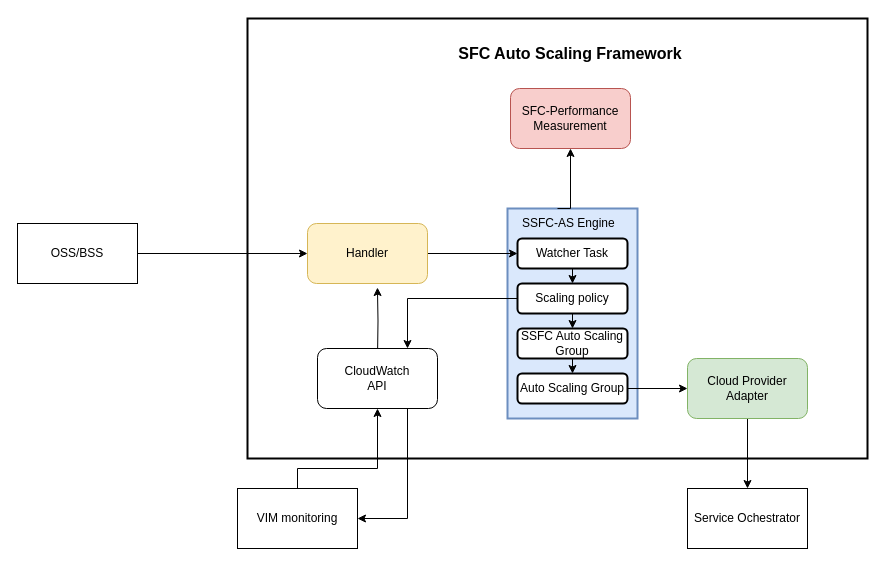
The draw.io diagram High Arch.drawio in nhbinh/draw.io, before the edit. Source tidied: cells renumbered, new cells numbered last; positions are measured from the earlier drawing's top-left corner, leaving out a move shared by most shapes. Both pictures are drawn from the tidied source at 100%, with x=0, y=0 at pixel (17, 18).
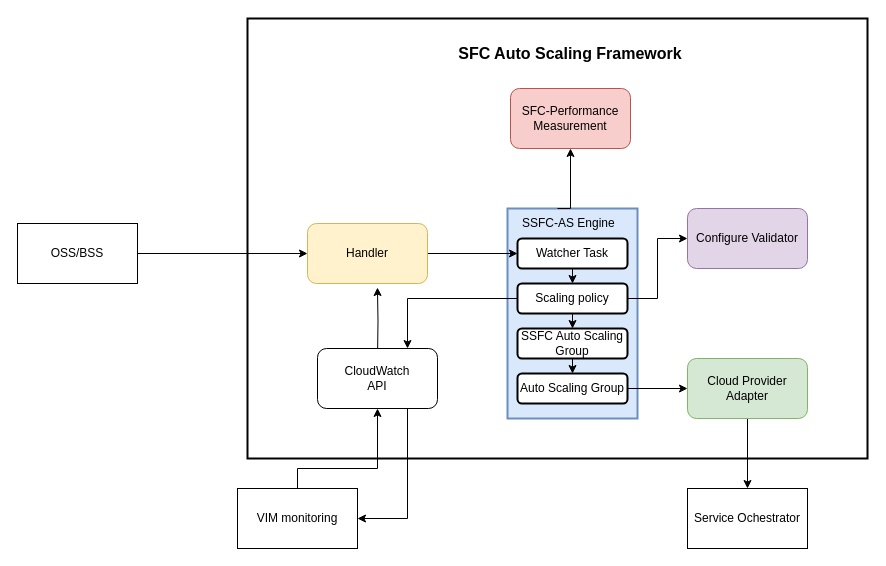
After the change.

The change refers to these unchanged cells:
```xml
<mxCell id="24" value="Scaling policy" style="rounded=1;whiteSpace=wrap;html=1;strokeWidth=2;" parent="1" vertex="1">
  <mxGeometry x="500" y="265" width="110" height="30" as="geometry" />
</mxCell>
```

The edit, as a diff of the source:
```diff
@@
+    <mxCell id="29" style="edgeStyle=orthogonalEdgeStyle;rounded=0;jettySize=auto;html=1;exitX=1;exitY=0.5;exitDx=0;exitDy=0;entryX=0;entryY=0.5;entryDx=0;entryDy=0;fontSize=16;" parent="1" edge="1" source="24" target="30">
+      <mxGeometry relative="1" as="geometry" />
+    </mxCell>
@@
+    <mxCell id="30" value="&lt;span style=&quot;white-space: normal&quot;&gt;Configure Validator&lt;br&gt;&lt;/span&gt;" style="rounded=1;whiteSpace=wrap;html=1;fillColor=#e1d5e7;strokeColor=#9673a6;" parent="1" vertex="1">
+      <mxGeometry x="670" y="190" width="120" height="60" as="geometry" />
+    </mxCell>
```
